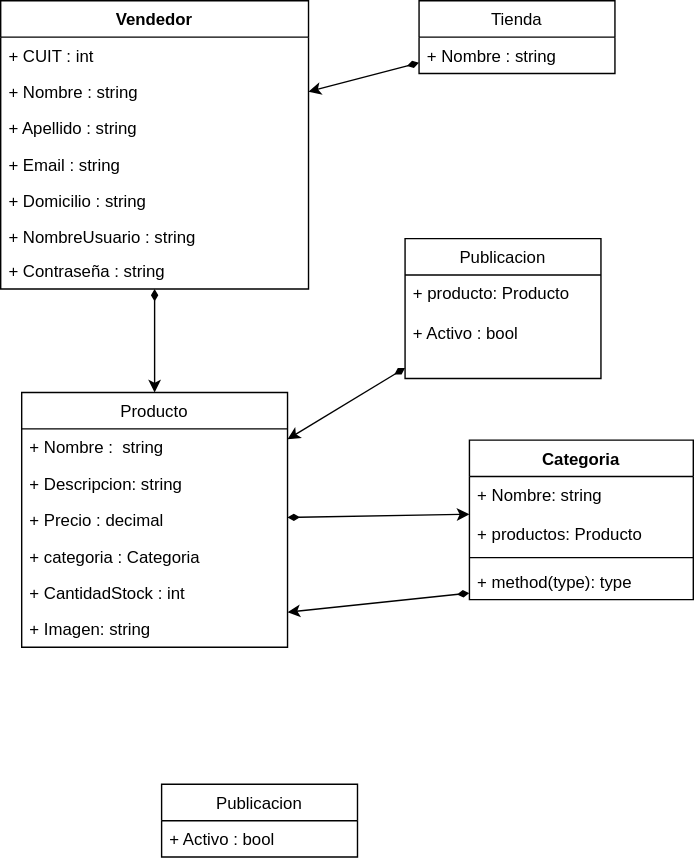
The draw.io diagram Tienda-Online-Vendedorr-main/BD_TiendaOnline/DER.drawio.svg in Bruneizer/Tienda-Online-Vendedorr, before a commit. Source tidied: cells renumbered, new cells last; positions are measured from the earlier drawing's top-left corner, leaving out a move shared by most shapes.
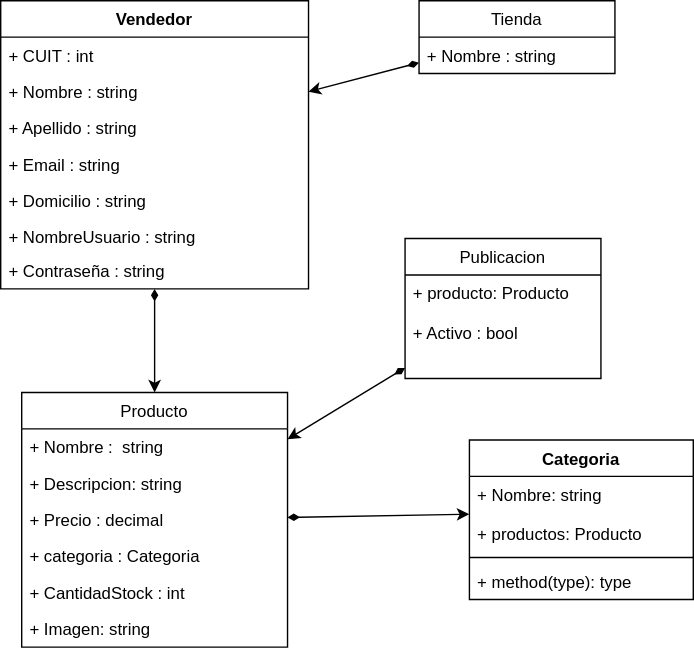
After the change.

What changed in the source:
```diff
@@ -55,12 +55,6 @@
     <mxCell id="18" value="+ Imagen: string" style="text;strokeColor=none;fillColor=none;align=left;verticalAlign=top;spacingLeft=4;spacingRight=4;overflow=hidden;points=[[0,0.5],[1,0.5]];portConstraint=eastwest;" parent="11" vertex="1">
       <mxGeometry y="156" width="190" height="26" as="geometry" />
     </mxCell>
-    <mxCell id="19" value="Publicacion" style="swimlane;fontStyle=0;horizontal=1;startSize=26;fillColor=none;" parent="1" vertex="1">
-      <mxGeometry x="115" y="560" width="140" height="52" as="geometry" />
-    </mxCell>
-    <mxCell id="20" value="+ Activo : bool" style="text;strokeColor=none;fillColor=none;align=left;verticalAlign=top;spacingLeft=4;spacingRight=4;overflow=hidden;" parent="19" vertex="1">
-      <mxGeometry y="26" width="140" height="26" as="geometry" />
-    </mxCell>
     <mxCell id="21" style="edgeStyle=none;html=1;entryX=1;entryY=0.5;entryDx=0;entryDy=0;startArrow=diamondThin;startFill=1;" parent="1" edge="1" source="22" target="4">
       <mxGeometry relative="1" as="geometry" />
     </mxCell>
@@ -94,8 +88,5 @@
     <mxCell id="31" style="edgeStyle=none;html=1;entryX=0.5;entryY=0;entryDx=0;entryDy=0;startArrow=diamondThin;startFill=1;" parent="1" edge="1" source="9" target="11">
       <mxGeometry relative="1" as="geometry" />
     </mxCell>
-    <mxCell id="32" style="edgeStyle=none;html=1;entryX=1;entryY=0.038;entryDx=0;entryDy=0;entryPerimeter=0;startArrow=diamondThin;startFill=1;" parent="1" edge="1" source="30" target="18">
-      <mxGeometry relative="1" as="geometry" />
-    </mxCell>
   </root>
 </mxGraphModel>
```
